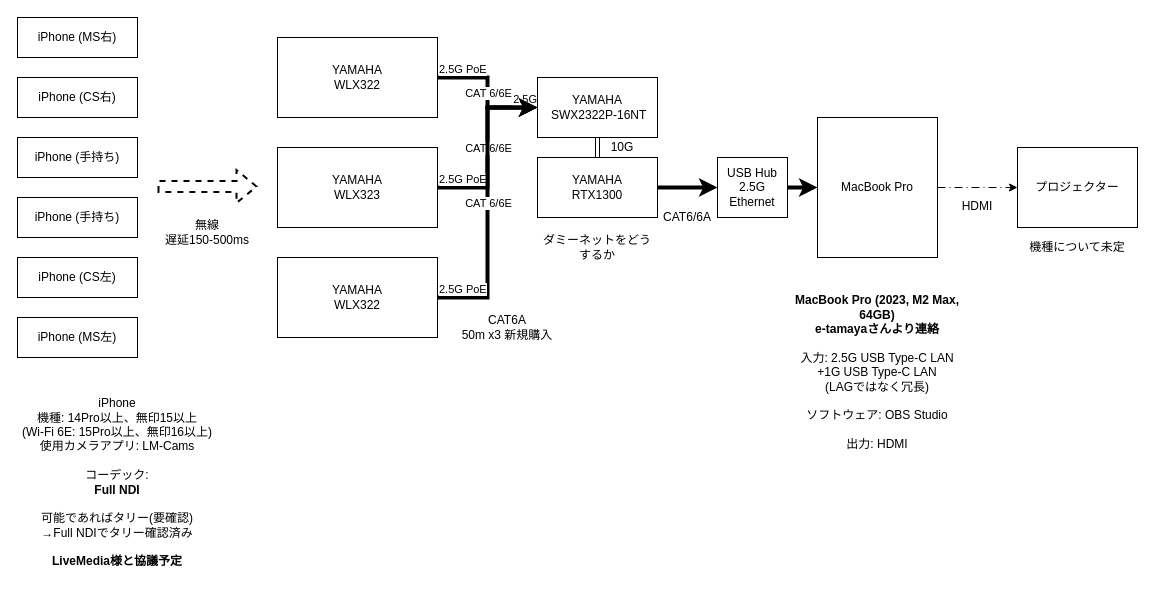
Above: page "全体構成図" (1 of 2) of IS祭NW構成図.drawio in mizoyuzu/IS-network (draw.io), before the change. Source tidied: cells renumbered, new cells numbered last; positions are measured from the earlier drawing's top-left corner, leaving out a move shared by most shapes. Both pictures are drawn from the tidied source at 100%, with x=0, y=0 at pixel (17, 17).
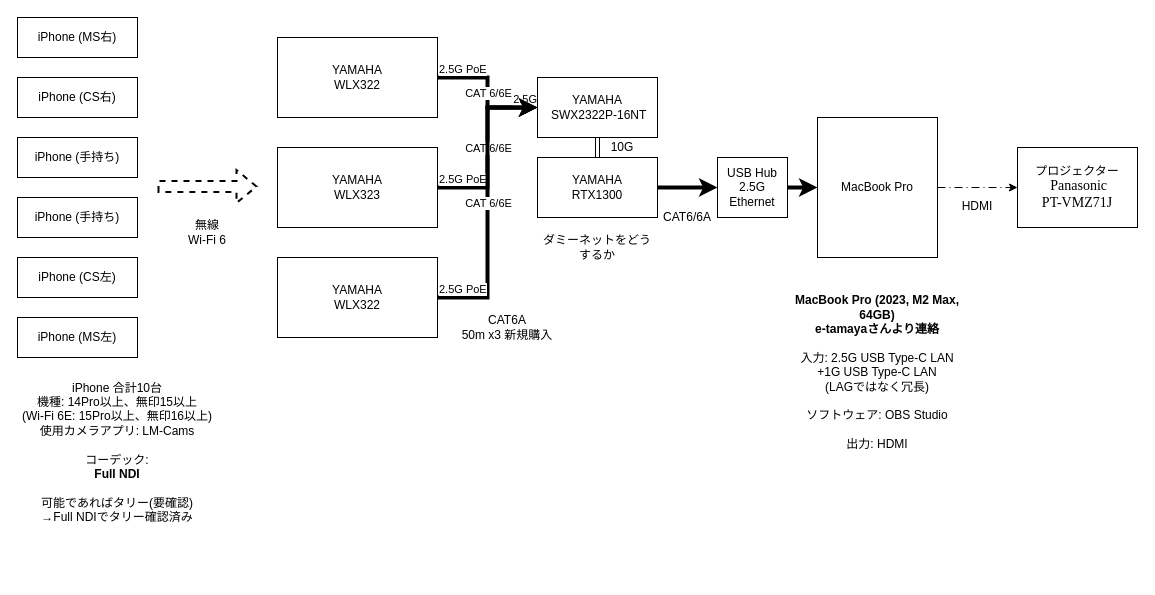
The same diagram, later.

Commit message:
IS祭NW構成図.drawio を更新

Change to the diagram source:
```diff
@@
-    <mxCell id="8" value="&lt;div&gt;iPhone&lt;/div&gt;&lt;div&gt;機種: 14Pro以上、無印15以上&lt;/div&gt;&lt;div&gt;(Wi-Fi 6E: 15Pro以上、無印16以上)&lt;/div&gt;&lt;div&gt;使用カメラアプリ: LM-Cams&lt;/div&gt;&lt;div&gt;&lt;br&gt;&lt;/div&gt;&lt;div&gt;コーデック:&lt;/div&gt;&lt;div&gt;&lt;b&gt;Full NDI&lt;/b&gt;&lt;/div&gt;&lt;div&gt;&lt;br&gt;&lt;/div&gt;&lt;div&gt;可能であればタリー(要確認)&lt;/div&gt;&lt;div&gt;→Full NDIでタリー確認済み&lt;/div&gt;&lt;div&gt;&lt;br&gt;&lt;/div&gt;&lt;div&gt;&lt;b&gt;LiveMedia様と協議予定&lt;/b&gt;&lt;/div&gt;" style="text;html=1;whiteSpace=wrap;strokeColor=none;fillColor=none;align=center;verticalAlign=middle;rounded=0;" parent="1" vertex="1">
-      <mxGeometry y="370" width="200" height="190" as="geometry" />
+    <mxCell id="8" value="&lt;div&gt;iPhone 合計10台&lt;/div&gt;&lt;div&gt;機種: 14Pro以上、無印15以上&lt;/div&gt;&lt;div&gt;(Wi-Fi 6E: 15Pro以上、無印16以上)&lt;/div&gt;&lt;div&gt;使用カメラアプリ: LM-Cams&lt;/div&gt;&lt;div&gt;&lt;br&gt;&lt;/div&gt;&lt;div&gt;コーデック:&lt;/div&gt;&lt;div&gt;&lt;b&gt;Full NDI&lt;/b&gt;&lt;/div&gt;&lt;div&gt;&lt;br&gt;&lt;/div&gt;&lt;div&gt;可能であればタリー(要確認)&lt;/div&gt;&lt;div&gt;→Full NDIでタリー確認済み&lt;/div&gt;" style="text;html=1;whiteSpace=wrap;strokeColor=none;fillColor=none;align=center;verticalAlign=middle;rounded=0;" parent="1" vertex="1">
+      <mxGeometry y="340" width="200" height="190" as="geometry" />
     </mxCell>
@@
-    <mxCell id="10" value="無線&lt;br&gt;遅延150-500ms" style="text;html=1;whiteSpace=wrap;strokeColor=none;fillColor=none;align=center;verticalAlign=middle;rounded=0;" parent="1" vertex="1">
+    <mxCell id="10" value="無線&lt;br&gt;Wi-Fi 6" style="text;html=1;whiteSpace=wrap;strokeColor=none;fillColor=none;align=center;verticalAlign=middle;rounded=0;" parent="1" vertex="1">
       <mxGeometry x="140" y="200" width="100" height="30" as="geometry" />
     </mxCell>
@@
-    <mxCell id="23" value="プロジェクター" style="whiteSpace=wrap;html=1;rounded=0;" parent="1" vertex="1">
+    <mxCell id="23" value="プロジェクター&lt;br&gt;&amp;nbsp;&lt;span lang=&quot;EN-US&quot; style=&quot;font-size:10.5pt;mso-bidi-font-size:&amp;lt;br/&amp;gt;11.0pt;font-family:&amp;quot;Yu Mincho&amp;quot;,serif;mso-ascii-theme-font:minor-latin;&amp;lt;br/&amp;gt;mso-fareast-theme-font:minor-fareast;mso-hansi-theme-font:minor-latin;&amp;lt;br/&amp;gt;mso-bidi-font-family:&amp;quot;Times New Roman&amp;quot;;mso-bidi-theme-font:minor-bidi;&amp;lt;br/&amp;gt;mso-ansi-language:EN-US;mso-fareast-language:JA;mso-bidi-language:AR-SA&quot;&gt;Panasonic&lt;br&gt;PT-VMZ71J&lt;/span&gt;" style="whiteSpace=wrap;html=1;rounded=0;" parent="1" vertex="1">
       <mxGeometry x="1000" y="130" width="120" height="80" as="geometry" />
     </mxCell>
@@
-    <mxCell id="26" value="機種について未定" style="text;html=1;whiteSpace=wrap;strokeColor=none;fillColor=none;align=center;verticalAlign=middle;rounded=0;" parent="1" vertex="1">
-      <mxGeometry x="1010" y="215" width="100" height="30" as="geometry" />
-    </mxCell>
```
